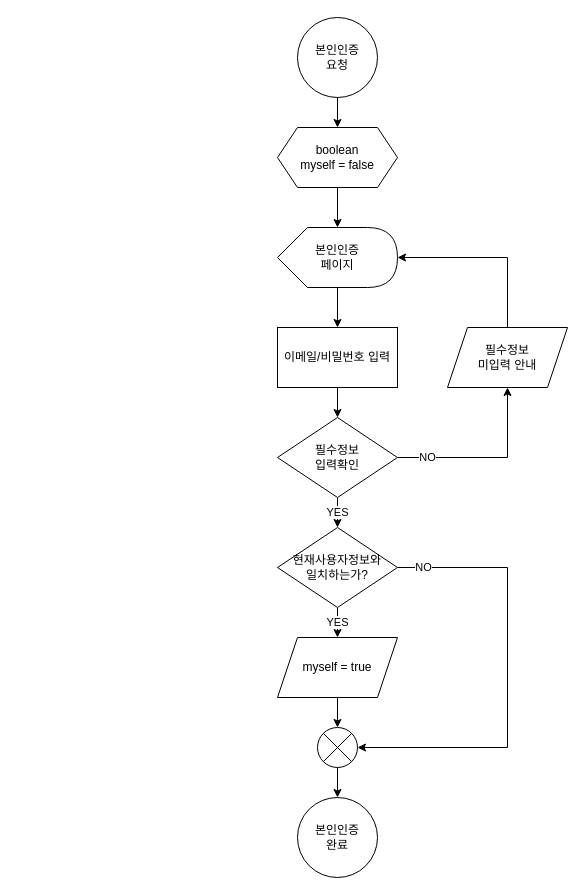
This is page "본인인증" (2 of 8) of 설계/데이터흐름도/회원 flowchart(혜진).drawio from hjkim27/TEAM_Project, a draw.io file, before an edit. Source tidied: cells renumbered, new cells numbered last; positions are measured from the earlier drawing's top-left corner, leaving out a move shared by most shapes. Both pictures are drawn from the tidied source at 100%, with x=0, y=0 at pixel (277, 17).
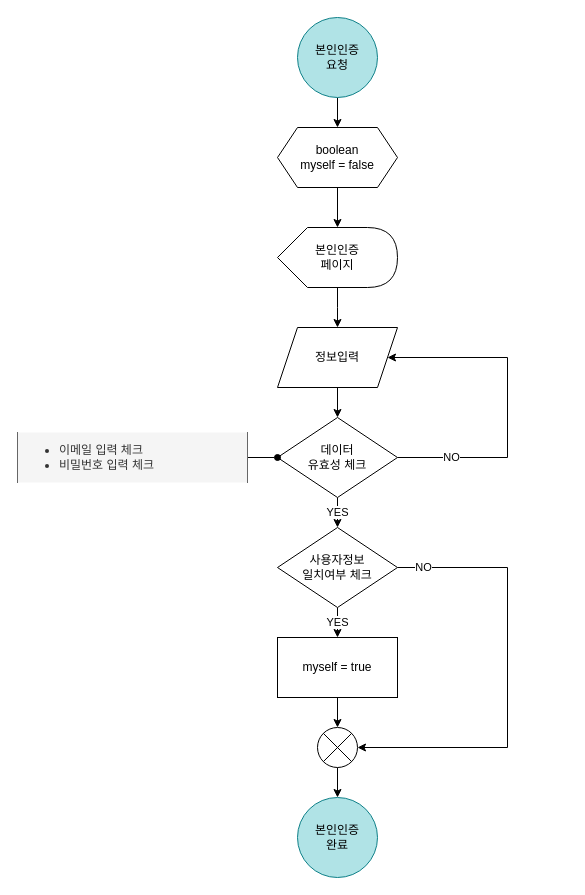
After the change.

Unchanged cells that the change refers to:
```xml
<mxCell id="20" style="shape=sumEllipse;perimeter=ellipsePerimeter;whiteSpace=wrap;html=1;backgroundOutline=1;strokeWidth=1;align=center;" parent="1" vertex="1">
  <mxGeometry x="40" y="710" width="40" height="40" as="geometry" />
</mxCell>
<mxCell id="22" value="본인인증&lt;br&gt;페이지" style="shape=display;whiteSpace=wrap;html=1;strokeWidth=1;" parent="1" vertex="1">
  <mxGeometry y="210" width="120" height="60" as="geometry" />
</mxCell>
```

The edit, as a diff of the source:
```diff
@@
-    <mxCell id="3" value="본인인증&lt;br&gt;요청" style="ellipse;whiteSpace=wrap;html=1;strokeWidth=1;align=center;" parent="1" vertex="1">
+    <mxCell id="3" value="본인인증&lt;br&gt;요청" style="ellipse;whiteSpace=wrap;html=1;strokeWidth=1;align=center;fillColor=#b0e3e6;strokeColor=#0e8088;" parent="1" vertex="1">
       <mxGeometry x="20" width="80" height="80" as="geometry" />
     </mxCell>
@@
-    <mxCell id="6" style="edgeStyle=orthogonalEdgeStyle;rounded=0;jettySize=auto;html=1;" parent="1" edge="1" source="7" target="10">
+    <mxCell id="6" style="edgeStyle=orthogonalEdgeStyle;rounded=0;jettySize=auto;html=1;exitX=0.5;exitY=1;exitDx=0;exitDy=0;" parent="1" edge="1" source="25" target="10">
       <mxGeometry relative="1" as="geometry" />
     </mxCell>
-    <mxCell id="7" value="이메일/비밀번호 입력" style="rounded=0;whiteSpace=wrap;html=1;strokeWidth=1;align=center;" parent="1" vertex="1">
-      <mxGeometry y="310" width="120" height="60" as="geometry" />
-    </mxCell>
-    <mxCell id="8" value="NO" style="edgeStyle=orthogonalEdgeStyle;rounded=0;jettySize=auto;html=1;" parent="1" edge="1" source="10" target="12">
+    <mxCell id="8" value="NO" style="edgeStyle=orthogonalEdgeStyle;rounded=0;jettySize=auto;html=1;entryX=1;entryY=0.5;entryDx=0;entryDy=0;" parent="1" edge="1" source="10" target="25">
       <mxGeometry x="-0.67" relative="1" as="geometry">
         <Array as="points">
           <mxPoint x="230" y="440" />
+          <mxPoint x="230" y="340" />
         </Array>
       </mxGeometry>
     </mxCell>
@@
-    <mxCell id="10" value="필수정보&lt;br&gt;입력확인" style="rhombus;whiteSpace=wrap;html=1;rounded=0;strokeWidth=1;" parent="1" vertex="1">
+    <mxCell id="10" value="데이터&lt;br&gt;유효성 체크" style="rhombus;whiteSpace=wrap;html=1;rounded=0;strokeWidth=1;" parent="1" vertex="1">
       <mxGeometry y="400" width="120" height="80" as="geometry" />
     </mxCell>
-    <mxCell id="11" style="edgeStyle=orthogonalEdgeStyle;rounded=0;jettySize=auto;html=1;exitX=0.5;exitY=0;exitDx=0;exitDy=0;entryX=1;entryY=0.5;entryDx=0;entryDy=0;entryPerimeter=0;" parent="1" edge="1" source="12" target="22">
-      <mxGeometry relative="1" as="geometry" />
-    </mxCell>
-    <mxCell id="12" value="필수정보&lt;br&gt;미입력 안내" style="shape=parallelogram;perimeter=parallelogramPerimeter;whiteSpace=wrap;html=1;fixedSize=1;strokeWidth=1;align=center;" parent="1" vertex="1">
-      <mxGeometry x="170" y="310" width="120" height="60" as="geometry" />
-    </mxCell>
-    <mxCell id="13" value="YES" style="edgeStyle=orthogonalEdgeStyle;rounded=0;jettySize=auto;html=1;" parent="1" edge="1" source="15" target="17">
+    <mxCell id="13" value="YES" style="edgeStyle=orthogonalEdgeStyle;rounded=0;jettySize=auto;html=1;entryX=0.5;entryY=0;entryDx=0;entryDy=0;" parent="1" edge="1" source="15" target="17">
       <mxGeometry relative="1" as="geometry" />
     </mxCell>
@@
-    <mxCell id="15" value="현재사용자정보와&lt;br&gt;일치하는가?" style="rhombus;whiteSpace=wrap;html=1;rounded=0;strokeWidth=1;" parent="1" vertex="1">
+    <mxCell id="15" value="사용자정보&lt;br&gt;일치여부 체크" style="rhombus;whiteSpace=wrap;html=1;rounded=0;strokeWidth=1;" parent="1" vertex="1">
       <mxGeometry y="510" width="120" height="80" as="geometry" />
     </mxCell>
-    <mxCell id="16" style="edgeStyle=orthogonalEdgeStyle;rounded=0;jettySize=auto;html=1;" parent="1" edge="1" source="17" target="20">
+    <mxCell id="16" style="edgeStyle=orthogonalEdgeStyle;rounded=0;jettySize=auto;html=1;exitX=0.5;exitY=1;exitDx=0;exitDy=0;" parent="1" edge="1" source="17" target="20">
       <mxGeometry relative="1" as="geometry" />
     </mxCell>
-    <mxCell id="17" value="myself = true" style="shape=parallelogram;perimeter=parallelogramPerimeter;whiteSpace=wrap;html=1;fixedSize=1;strokeWidth=1;align=center;" parent="1" vertex="1">
-      <mxGeometry y="620" width="120" height="60" as="geometry" />
-    </mxCell>
-    <mxCell id="18" value="본인인증&lt;br&gt;완료" style="ellipse;whiteSpace=wrap;html=1;strokeWidth=1;align=center;" parent="1" vertex="1">
+    <mxCell id="18" value="본인인증&lt;br&gt;완료" style="ellipse;whiteSpace=wrap;html=1;strokeWidth=1;align=center;fillColor=#b0e3e6;strokeColor=#0e8088;" parent="1" vertex="1">
       <mxGeometry x="20" y="780" width="80" height="80" as="geometry" />
     </mxCell>
@@
-    <mxCell id="21" style="edgeStyle=orthogonalEdgeStyle;rounded=0;jettySize=auto;html=1;" parent="1" edge="1" source="22" target="7">
-      <mxGeometry relative="1" as="geometry" />
+    <mxCell id="21" style="edgeStyle=orthogonalEdgeStyle;rounded=0;jettySize=auto;html=1;" parent="1" edge="1" source="22">
+      <mxGeometry relative="1" as="geometry">
+        <mxPoint x="60" y="310" as="targetPoint" />
+      </mxGeometry>
     </mxCell>
@@
+    <mxCell id="23" style="edgeStyle=orthogonalEdgeStyle;rounded=0;jettySize=auto;html=1;exitX=1;exitY=0.5;exitDx=0;exitDy=0;entryX=0;entryY=0.5;entryDx=0;entryDy=0;endArrow=oval;endFill=1;" parent="1" edge="1" source="24" target="10">
+      <mxGeometry relative="1" as="geometry" />
+    </mxCell>
+    <mxCell id="24" value="&lt;ul&gt;&lt;li&gt;이메일 입력 체크&lt;/li&gt;&lt;li&gt;비밀번호 입력 체크&lt;/li&gt;&lt;/ul&gt;" style="shape=partialRectangle;whiteSpace=wrap;html=1;bottom=0;top=0;fillColor=#f5f5f5;align=left;strokeColor=#666666;fontColor=#333333;" parent="1" vertex="1">
+      <mxGeometry x="-260" y="415" width="230" height="50" as="geometry" />
+    </mxCell>
+    <mxCell id="25" value="정보입력" style="shape=parallelogram;perimeter=parallelogramPerimeter;whiteSpace=wrap;html=1;fixedSize=1;align=center;" parent="1" vertex="1">
+      <mxGeometry y="310" width="120" height="60" as="geometry" />
+    </mxCell>
+    <mxCell id="17" value="myself = true" style="rounded=0;whiteSpace=wrap;html=1;strokeWidth=1;align=center;" parent="1" vertex="1">
+      <mxGeometry y="620" width="120" height="60" as="geometry" />
+    </mxCell>
```
